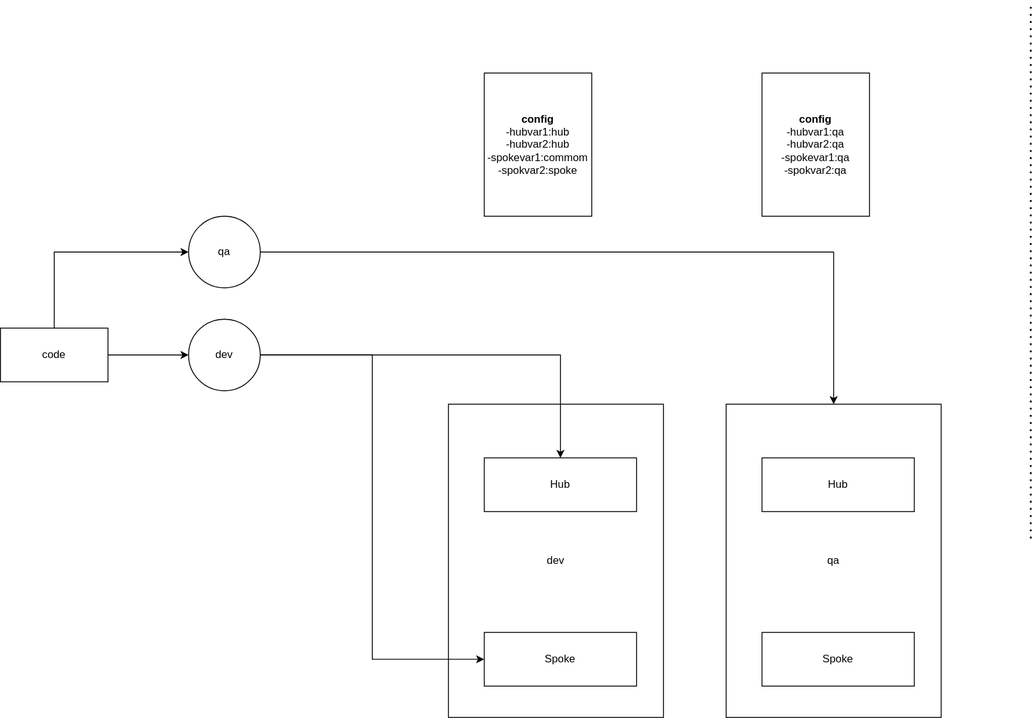
Above: infra/configurationdriveninfrastructure.svg in vjavle/invoicecloud (draw.io), before the change. Source tidied: cells renumbered, new cells last; positions are measured from the earlier drawing's top-left corner, leaving out a move shared by most shapes.
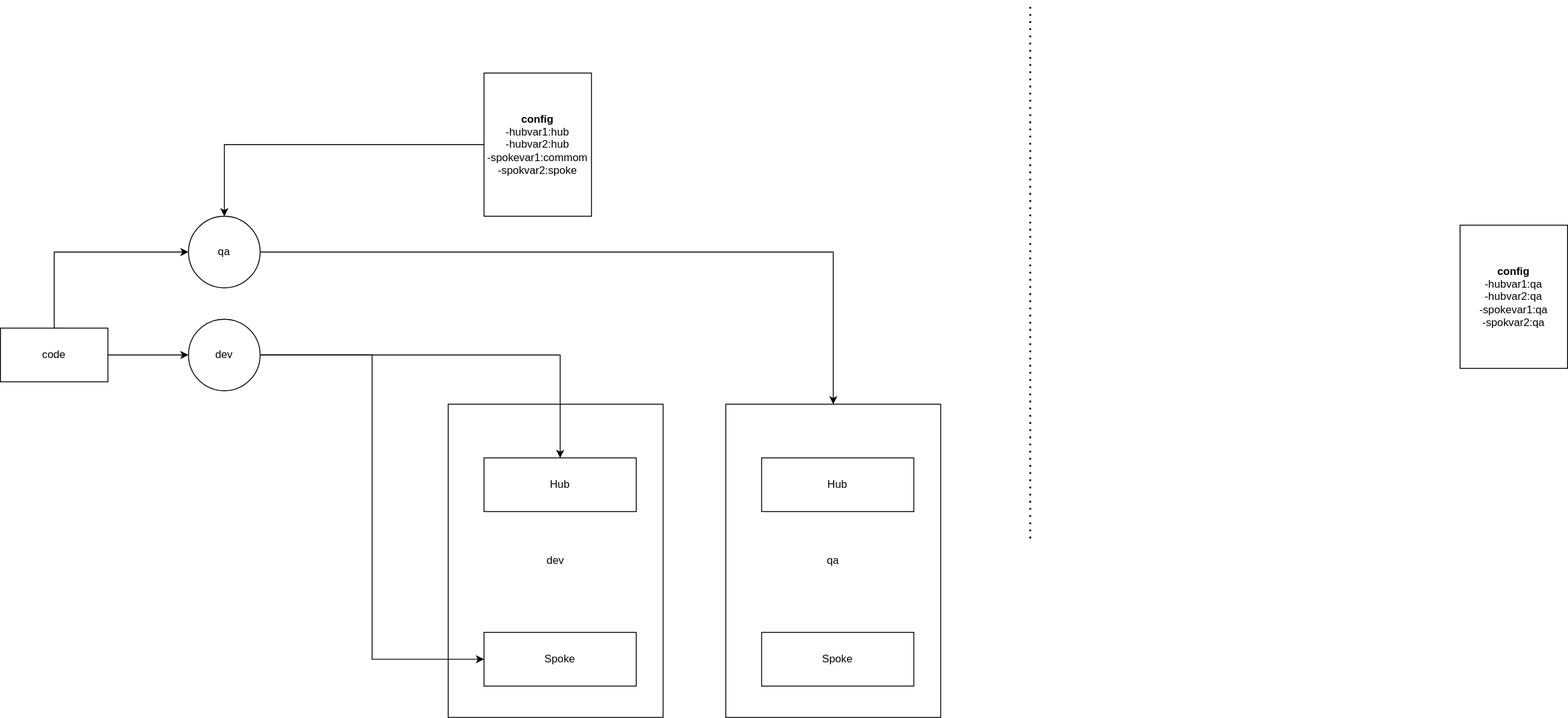
After the change.

Diff of the diagram source:
```diff
@@ -8,6 +8,9 @@
     <mxCell id="3" value="dev" style="rounded=0;whiteSpace=wrap;html=1;" parent="1" vertex="1">
       <mxGeometry x="500" y="450" width="240" height="350" as="geometry" />
     </mxCell>
+    <mxCell id="19" style="edgeStyle=orthogonalEdgeStyle;rounded=0;jettySize=auto;html=1;entryX=0.5;entryY=0;entryDx=0;entryDy=0;" parent="1" edge="1" source="4" target="15">
+      <mxGeometry relative="1" as="geometry" />
+    </mxCell>
     <mxCell id="4" value="&lt;b&gt;config&lt;/b&gt;&lt;br&gt;-hubvar1:hub&lt;br&gt;-hubvar2:hub&lt;br&gt;-spokevar1:commom&lt;br&gt;-spokvar2:spoke" style="rounded=0;whiteSpace=wrap;html=1;" parent="1" vertex="1">
       <mxGeometry x="540" y="80" width="120" height="160" as="geometry" />
     </mxCell>
@@ -58,7 +61,7 @@
       <mxGeometry x="850" y="705" width="170" height="60" as="geometry" />
     </mxCell>
     <mxCell id="18" value="&lt;b&gt;config&lt;/b&gt;&lt;br&gt;-hubvar1:qa&lt;br&gt;-hubvar2:qa&lt;br&gt;-spokevar1:qa&lt;br&gt;-spokvar2:qa" style="rounded=0;whiteSpace=wrap;html=1;" parent="1" vertex="1">
-      <mxGeometry x="850" y="80" width="120" height="160" as="geometry" />
+      <mxGeometry x="1630" y="250" width="120" height="160" as="geometry" />
     </mxCell>
   </root>
 </mxGraphModel>
```
